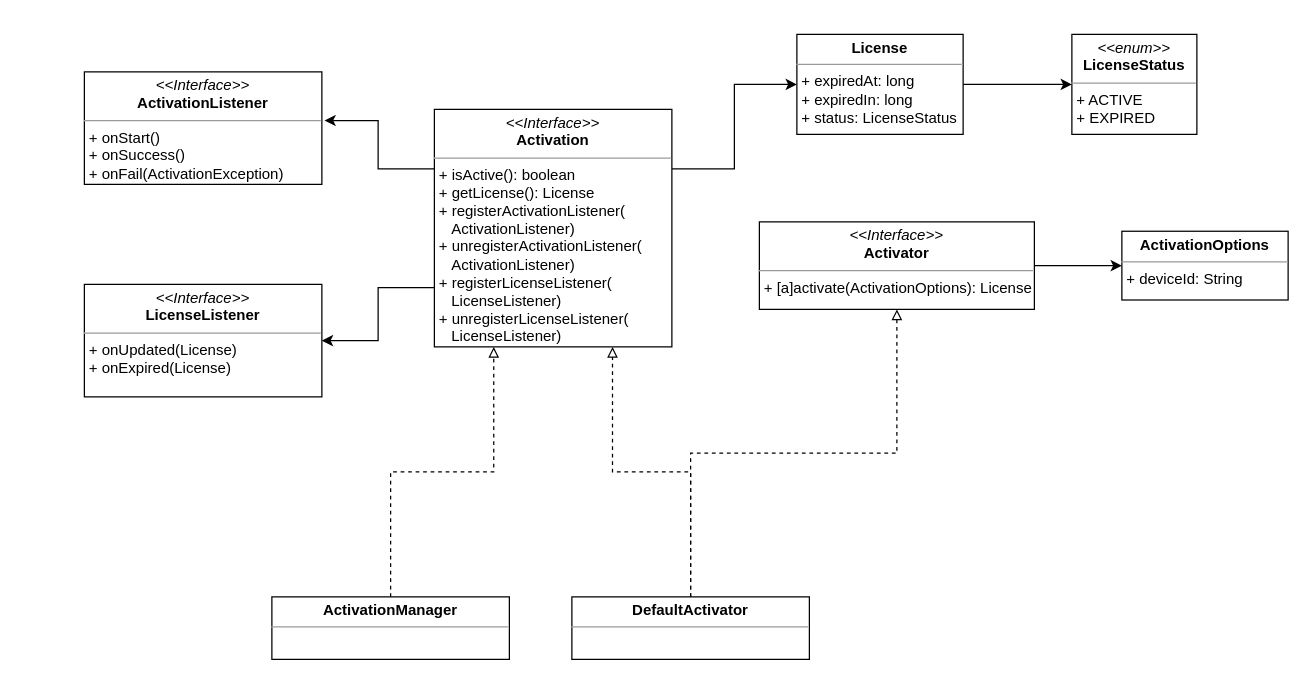
This is page "第 2 页" (2 of 2) of License.drawio from liuao2010/drawio, a draw.io file, before an edit. Source tidied: cells renumbered, new cells numbered last; positions are measured from the earlier drawing's top-left corner, leaving out a move shared by most shapes. Both pictures are drawn from the tidied source at 125%, with x=0, y=0 at pixel (84, 34).
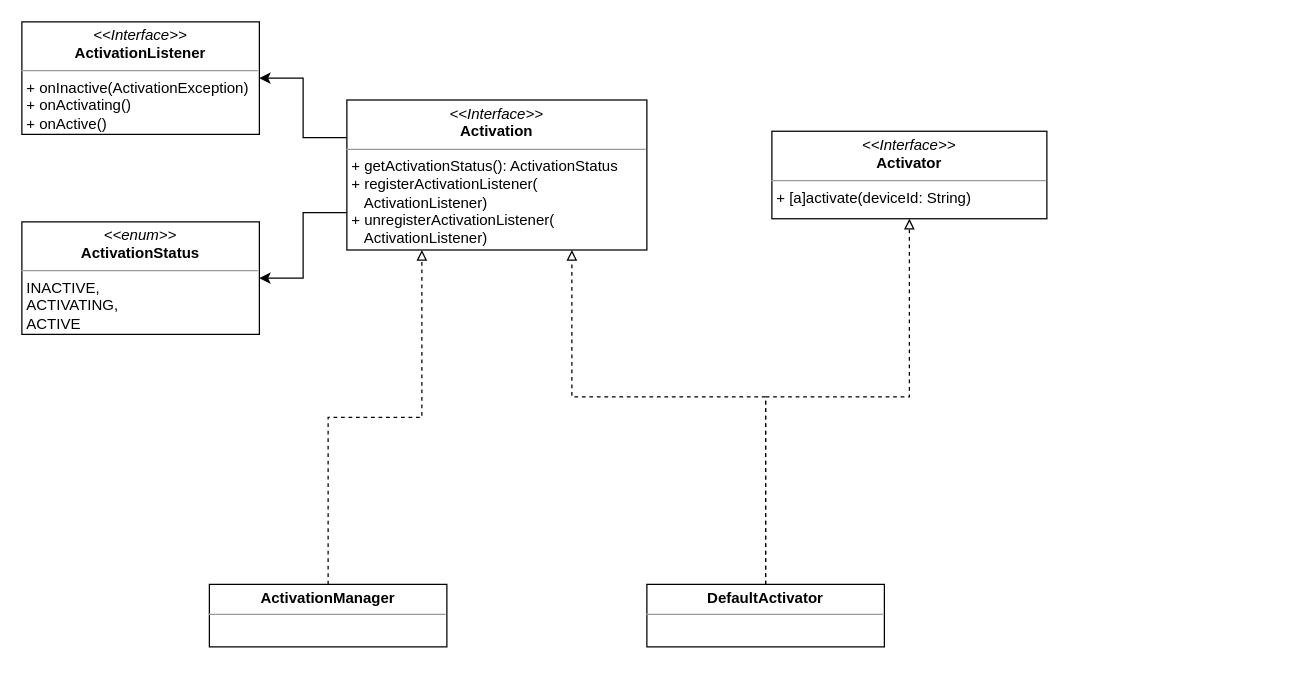
After the change.

What changed in the source:
```diff
@@
 <mxGraphModel>
   <root>
     <mxCell id="0" />
     <mxCell id="1" parent="0" />
-    <mxCell id="2" style="edgeStyle=orthogonalEdgeStyle;rounded=0;jettySize=auto;html=1;exitX=0;exitY=0.25;exitDx=0;exitDy=0;entryX=1.011;entryY=0.433;entryDx=0;entryDy=0;entryPerimeter=0;" parent="1" edge="1" source="5" target="13">
+    <mxCell id="2" style="edgeStyle=orthogonalEdgeStyle;rounded=0;jettySize=auto;html=1;exitX=0;exitY=0.25;exitDx=0;exitDy=0;entryX=1;entryY=0.5;entryDx=0;entryDy=0;startArrow=none;startFill=0;endArrow=classic;endFill=1;" parent="1" edge="1" source="5" target="13">
       <mxGeometry relative="1" as="geometry" />
     </mxCell>
-    <mxCell id="3" style="edgeStyle=orthogonalEdgeStyle;rounded=0;jettySize=auto;html=1;exitX=0;exitY=0.75;exitDx=0;exitDy=0;entryX=1;entryY=0.5;entryDx=0;entryDy=0;" parent="1" edge="1" source="5" target="14">
-      <mxGeometry relative="1" as="geometry" />
-    </mxCell>
-    <mxCell id="4" style="edgeStyle=orthogonalEdgeStyle;rounded=0;jettySize=auto;html=1;exitX=1;exitY=0.25;exitDx=0;exitDy=0;entryX=0;entryY=0.5;entryDx=0;entryDy=0;startArrow=none;startFill=0;endArrow=classic;endFill=1;" parent="1" edge="1" source="5" target="16">
-      <mxGeometry relative="1" as="geometry" />
-    </mxCell>
+    <mxCell id="19" style="edgeStyle=orthogonalEdgeStyle;rounded=0;jettySize=auto;html=1;exitX=0;exitY=0.75;exitDx=0;exitDy=0;entryX=1;entryY=0.5;entryDx=0;entryDy=0;startArrow=none;startFill=0;endArrow=classic;endFill=1;" parent="1" edge="1" source="5" target="20">
+      <mxGeometry relative="1" as="geometry" />
+    </mxCell>
-    <mxCell id="5" value="&lt;p style=&quot;margin: 0px ; margin-top: 4px ; text-align: center&quot;&gt;&lt;i&gt;&amp;lt;&amp;lt;Interface&amp;gt;&amp;gt;&lt;/i&gt;&lt;br&gt;&lt;b&gt;Activation&lt;/b&gt;&lt;/p&gt;&lt;hr size=&quot;1&quot;&gt;&lt;p style=&quot;margin: 0px ; margin-left: 4px&quot;&gt;+ isActive(): boolean&lt;br&gt;+ getLicense(): License&lt;/p&gt;&lt;p style=&quot;margin: 0px ; margin-left: 4px&quot;&gt;+ registerActivationListener(&lt;/p&gt;&lt;p style=&quot;margin: 0px ; margin-left: 4px&quot;&gt;&amp;nbsp; &amp;nbsp;ActivationListener)&lt;/p&gt;&lt;p style=&quot;margin: 0px ; margin-left: 4px&quot;&gt;+ unregisterActivationListener(&lt;/p&gt;&lt;p style=&quot;margin: 0px ; margin-left: 4px&quot;&gt;&amp;nbsp; &amp;nbsp;ActivationListener)&lt;/p&gt;&lt;p style=&quot;margin: 0px ; margin-left: 4px&quot;&gt;+ registerLicenseListener(&lt;/p&gt;&lt;p style=&quot;margin: 0px ; margin-left: 4px&quot;&gt;&amp;nbsp; &amp;nbsp;LicenseListener)&lt;/p&gt;&lt;p style=&quot;margin: 0px ; margin-left: 4px&quot;&gt;+ unregisterLicenseListener(&lt;/p&gt;&lt;p style=&quot;margin: 0px ; margin-left: 4px&quot;&gt;&amp;nbsp; &amp;nbsp;LicenseListener)&lt;/p&gt;" style="verticalAlign=top;align=left;overflow=fill;fontSize=12;fontFamily=Helvetica;html=1;" parent="1" vertex="1">
-      <mxGeometry x="280" y="60" width="190" height="190" as="geometry" />
+    <mxCell id="5" value="&lt;p style=&quot;margin: 0px ; margin-top: 4px ; text-align: center&quot;&gt;&lt;i&gt;&amp;lt;&amp;lt;Interface&amp;gt;&amp;gt;&lt;/i&gt;&lt;br&gt;&lt;b&gt;Activation&lt;/b&gt;&lt;/p&gt;&lt;hr size=&quot;1&quot;&gt;&lt;p style=&quot;margin: 0px ; margin-left: 4px&quot;&gt;+ getActivationStatus(): ActivationStatus&lt;br&gt;&lt;/p&gt;&lt;p style=&quot;margin: 0px ; margin-left: 4px&quot;&gt;+ registerActivationListener(&lt;/p&gt;&lt;p style=&quot;margin: 0px ; margin-left: 4px&quot;&gt;&amp;nbsp; &amp;nbsp;ActivationListener)&lt;/p&gt;&lt;p style=&quot;margin: 0px ; margin-left: 4px&quot;&gt;+ unregisterActivationListener(&lt;/p&gt;&lt;p style=&quot;margin: 0px ; margin-left: 4px&quot;&gt;&amp;nbsp; &amp;nbsp;ActivationListener)&lt;/p&gt;" style="verticalAlign=top;align=left;overflow=fill;fontSize=12;fontFamily=Helvetica;html=1;" parent="1" vertex="1">
+      <mxGeometry x="210" y="52.5" width="240" height="120" as="geometry" />
     </mxCell>
-    <mxCell id="6" style="edgeStyle=orthogonalEdgeStyle;rounded=0;jettySize=auto;html=1;exitX=1;exitY=0.5;exitDx=0;exitDy=0;entryX=0;entryY=0.5;entryDx=0;entryDy=0;startArrow=none;startFill=0;endArrow=classic;endFill=1;" parent="1" edge="1" source="7" target="18">
-      <mxGeometry relative="1" as="geometry" />
-    </mxCell>
-    <mxCell id="7" value="&lt;p style=&quot;margin: 0px ; margin-top: 4px ; text-align: center&quot;&gt;&lt;i&gt;&amp;lt;&amp;lt;Interface&amp;gt;&amp;gt;&lt;/i&gt;&lt;br&gt;&lt;b&gt;Activator&lt;/b&gt;&lt;/p&gt;&lt;hr size=&quot;1&quot;&gt;&lt;p style=&quot;margin: 0px ; margin-left: 4px&quot;&gt;+ [a]activate(ActivationOptions): License&lt;br&gt;&lt;/p&gt;" style="verticalAlign=top;align=left;overflow=fill;fontSize=12;fontFamily=Helvetica;html=1;" parent="1" vertex="1">
-      <mxGeometry x="540" y="150" width="220" height="70" as="geometry" />
+    <mxCell id="7" value="&lt;p style=&quot;margin: 0px ; margin-top: 4px ; text-align: center&quot;&gt;&lt;i&gt;&amp;lt;&amp;lt;Interface&amp;gt;&amp;gt;&lt;/i&gt;&lt;br&gt;&lt;b&gt;Activator&lt;/b&gt;&lt;/p&gt;&lt;hr size=&quot;1&quot;&gt;&lt;p style=&quot;margin: 0px ; margin-left: 4px&quot;&gt;+ [a]activate(deviceId: String)&lt;br&gt;&lt;/p&gt;" style="verticalAlign=top;align=left;overflow=fill;fontSize=12;fontFamily=Helvetica;html=1;" parent="1" vertex="1">
+      <mxGeometry x="550" y="77.5" width="220" height="70" as="geometry" />
     </mxCell>
     <mxCell id="8" style="edgeStyle=orthogonalEdgeStyle;rounded=0;jettySize=auto;html=1;exitX=0.5;exitY=0;exitDx=0;exitDy=0;entryX=0.25;entryY=1;entryDx=0;entryDy=0;endArrow=block;endFill=0;dashed=1;" parent="1" edge="1" source="9" target="5">
       <mxGeometry relative="1" as="geometry" />
     </mxCell>
     <mxCell id="9" value="&lt;p style=&quot;margin: 0px ; margin-top: 4px ; text-align: center&quot;&gt;&lt;b&gt;ActivationManager&lt;/b&gt;&lt;/p&gt;&lt;hr size=&quot;1&quot;&gt;&lt;p style=&quot;margin: 0px ; margin-left: 4px&quot;&gt;&lt;br&gt;&lt;/p&gt;" style="verticalAlign=top;align=left;overflow=fill;fontSize=12;fontFamily=Helvetica;html=1;" parent="1" vertex="1">
-      <mxGeometry x="150" y="450" width="190" height="50" as="geometry" />
+      <mxGeometry x="100" y="440" width="190" height="50" as="geometry" />
     </mxCell>
     <mxCell id="10" style="edgeStyle=orthogonalEdgeStyle;rounded=0;jettySize=auto;html=1;exitX=0.5;exitY=0;exitDx=0;exitDy=0;entryX=0.75;entryY=1;entryDx=0;entryDy=0;endArrow=block;endFill=0;dashed=1;" parent="1" edge="1" source="12" target="5">
-      <mxGeometry relative="1" as="geometry" />
+      <mxGeometry relative="1" as="geometry">
+        <Array as="points">
+          <mxPoint x="545" y="290" />
+          <mxPoint x="390" y="290" />
+        </Array>
+      </mxGeometry>
     </mxCell>
     <mxCell id="11" style="edgeStyle=orthogonalEdgeStyle;rounded=0;jettySize=auto;html=1;exitX=0.5;exitY=0;exitDx=0;exitDy=0;entryX=0.5;entryY=1;entryDx=0;entryDy=0;endArrow=block;endFill=0;dashed=1;" parent="1" edge="1" source="12" target="7">
-      <mxGeometry relative="1" as="geometry" />
+      <mxGeometry relative="1" as="geometry">
+        <Array as="points">
+          <mxPoint x="545" y="290" />
+          <mxPoint x="660" y="290" />
+        </Array>
+      </mxGeometry>
     </mxCell>
     <mxCell id="12" value="&lt;p style=&quot;margin: 0px ; margin-top: 4px ; text-align: center&quot;&gt;&lt;b&gt;DefaultActivator&lt;/b&gt;&lt;/p&gt;&lt;hr size=&quot;1&quot;&gt;&lt;p style=&quot;margin: 0px ; margin-left: 4px&quot;&gt;&lt;br&gt;&lt;/p&gt;" style="verticalAlign=top;align=left;overflow=fill;fontSize=12;fontFamily=Helvetica;html=1;" parent="1" vertex="1">
-      <mxGeometry x="390" y="450" width="190" height="50" as="geometry" />
+      <mxGeometry x="450" y="440" width="190" height="50" as="geometry" />
     </mxCell>
-    <mxCell id="13" value="&lt;p style=&quot;margin: 0px ; margin-top: 4px ; text-align: center&quot;&gt;&lt;i&gt;&amp;lt;&amp;lt;Interface&amp;gt;&amp;gt;&lt;/i&gt;&lt;br&gt;&lt;b&gt;ActivationListener&lt;/b&gt;&lt;/p&gt;&lt;hr size=&quot;1&quot;&gt;&lt;p style=&quot;margin: 0px ; margin-left: 4px&quot;&gt;+ onStart()&lt;br&gt;&lt;/p&gt;&lt;p style=&quot;margin: 0px ; margin-left: 4px&quot;&gt;+ onSuccess()&lt;/p&gt;&lt;p style=&quot;margin: 0px ; margin-left: 4px&quot;&gt;+ onFail(ActivationException)&lt;/p&gt;" style="verticalAlign=top;align=left;overflow=fill;fontSize=12;fontFamily=Helvetica;html=1;" parent="1" vertex="1">
-      <mxGeometry y="30" width="190" height="90" as="geometry" />
+    <mxCell id="13" value="&lt;p style=&quot;margin: 0px ; margin-top: 4px ; text-align: center&quot;&gt;&lt;i&gt;&amp;lt;&amp;lt;Interface&amp;gt;&amp;gt;&lt;/i&gt;&lt;br&gt;&lt;b&gt;ActivationListener&lt;/b&gt;&lt;/p&gt;&lt;hr size=&quot;1&quot;&gt;&lt;p style=&quot;margin: 0px ; margin-left: 4px&quot;&gt;+ onInactive(ActivationException)&lt;br&gt;&lt;/p&gt;&lt;p style=&quot;margin: 0px ; margin-left: 4px&quot;&gt;+ onActivating()&lt;/p&gt;&lt;p style=&quot;margin: 0px ; margin-left: 4px&quot;&gt;+ onActive()&lt;/p&gt;" style="verticalAlign=top;align=left;overflow=fill;fontSize=12;fontFamily=Helvetica;html=1;" parent="1" vertex="1">
+      <mxGeometry x="-50" y="-10" width="190" height="90" as="geometry" />
     </mxCell>
-    <mxCell id="14" value="&lt;p style=&quot;margin: 0px ; margin-top: 4px ; text-align: center&quot;&gt;&lt;i&gt;&amp;lt;&amp;lt;Interface&amp;gt;&amp;gt;&lt;/i&gt;&lt;br&gt;&lt;b&gt;LicenseListener&lt;/b&gt;&lt;/p&gt;&lt;hr size=&quot;1&quot;&gt;&lt;p style=&quot;margin: 0px ; margin-left: 4px&quot;&gt;+ onUpdated(License)&lt;br&gt;&lt;/p&gt;&lt;p style=&quot;margin: 0px ; margin-left: 4px&quot;&gt;+ onExpired(License)&lt;/p&gt;" style="verticalAlign=top;align=left;overflow=fill;fontSize=12;fontFamily=Helvetica;html=1;" parent="1" vertex="1">
-      <mxGeometry y="200" width="190" height="90" as="geometry" />
-    </mxCell>
-    <mxCell id="15" style="edgeStyle=orthogonalEdgeStyle;rounded=0;jettySize=auto;html=1;exitX=1;exitY=0.5;exitDx=0;exitDy=0;startArrow=none;startFill=0;endArrow=classic;endFill=1;" parent="1" edge="1" source="16" target="17">
-      <mxGeometry relative="1" as="geometry" />
-    </mxCell>
-    <mxCell id="16" value="&lt;p style=&quot;margin: 0px ; margin-top: 4px ; text-align: center&quot;&gt;&lt;b&gt;License&lt;/b&gt;&lt;/p&gt;&lt;hr size=&quot;1&quot;&gt;&lt;p style=&quot;margin: 0px ; margin-left: 4px&quot;&gt;&lt;span&gt;+ expiredAt: long&lt;/span&gt;&lt;br&gt;&lt;/p&gt;&lt;p style=&quot;margin: 0px ; margin-left: 4px&quot;&gt;+ expiredIn: long&lt;/p&gt;&lt;p style=&quot;margin: 0px ; margin-left: 4px&quot;&gt;+ status: LicenseStatus&lt;/p&gt;&lt;p style=&quot;margin: 0px ; margin-left: 4px&quot;&gt;&lt;br&gt;&lt;/p&gt;" style="verticalAlign=top;align=left;overflow=fill;fontSize=12;fontFamily=Helvetica;html=1;" parent="1" vertex="1">
-      <mxGeometry x="570" width="133" height="80" as="geometry" />
-    </mxCell>
-    <mxCell id="17" value="&lt;p style=&quot;margin: 0px ; margin-top: 4px ; text-align: center&quot;&gt;&lt;i&gt;&amp;lt;&amp;lt;enum&amp;gt;&amp;gt;&lt;/i&gt;&lt;br&gt;&lt;b&gt;LicenseStatus&lt;/b&gt;&lt;br&gt;&lt;/p&gt;&lt;hr size=&quot;1&quot;&gt;&lt;p style=&quot;margin: 0px ; margin-left: 4px&quot;&gt;+ ACTIVE&lt;/p&gt;&lt;p style=&quot;margin: 0px ; margin-left: 4px&quot;&gt;+ EXPIRED&lt;/p&gt;" style="verticalAlign=top;align=left;overflow=fill;fontSize=12;fontFamily=Helvetica;html=1;" parent="1" vertex="1">
-      <mxGeometry x="790" width="100" height="80" as="geometry" />
-    </mxCell>
-    <mxCell id="18" value="&lt;p style=&quot;margin: 0px ; margin-top: 4px ; text-align: center&quot;&gt;&lt;b&gt;ActivationOptions&lt;/b&gt;&lt;/p&gt;&lt;hr size=&quot;1&quot;&gt;&lt;p style=&quot;margin: 0px ; margin-left: 4px&quot;&gt;&lt;span&gt;+ deviceId: String&lt;/span&gt;&lt;/p&gt;&lt;p style=&quot;margin: 0px ; margin-left: 4px&quot;&gt;&lt;br&gt;&lt;/p&gt;" style="verticalAlign=top;align=left;overflow=fill;fontSize=12;fontFamily=Helvetica;html=1;" parent="1" vertex="1">
-      <mxGeometry x="830" y="157.5" width="133" height="55" as="geometry" />
-    </mxCell>
+    <mxCell id="20" value="&lt;p style=&quot;margin: 0px ; margin-top: 4px ; text-align: center&quot;&gt;&lt;i&gt;&amp;lt;&amp;lt;enum&amp;gt;&amp;gt;&lt;/i&gt;&lt;br&gt;&lt;b&gt;ActivationStatus&lt;/b&gt;&lt;/p&gt;&lt;hr size=&quot;1&quot;&gt;&lt;p style=&quot;margin: 0px ; margin-left: 4px&quot;&gt;INACTIVE,&lt;/p&gt;&lt;p style=&quot;margin: 0px ; margin-left: 4px&quot;&gt;ACTIVATING,&lt;/p&gt;&lt;p style=&quot;margin: 0px ; margin-left: 4px&quot;&gt;ACTIVE&lt;/p&gt;" style="verticalAlign=top;align=left;overflow=fill;fontSize=12;fontFamily=Helvetica;html=1;" parent="1" vertex="1">
+      <mxGeometry x="-50" y="150" width="190" height="90" as="geometry" />
+    </mxCell>
   </root>
 </mxGraphModel>
```
